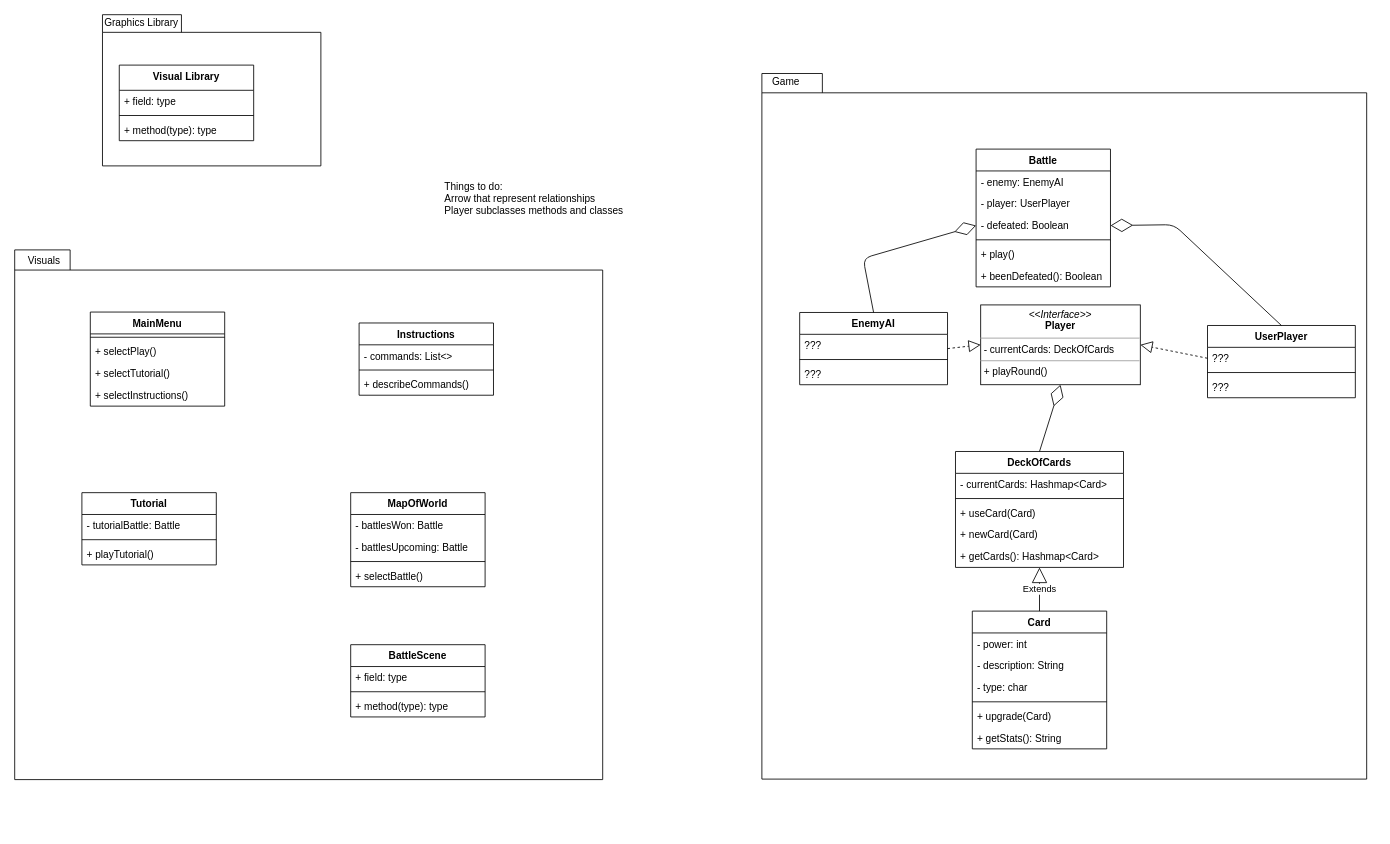
Earlier version of the draw.io diagram UML class diagram.drawio (hughwilliams1/XDaysLeft). Source tidied: cells renumbered, new cells numbered last; positions are measured from the earlier drawing's top-left corner, leaving out a move shared by most shapes. Both pictures are drawn from the tidied source at 84%, with x=0, y=0 at pixel (14, 14).
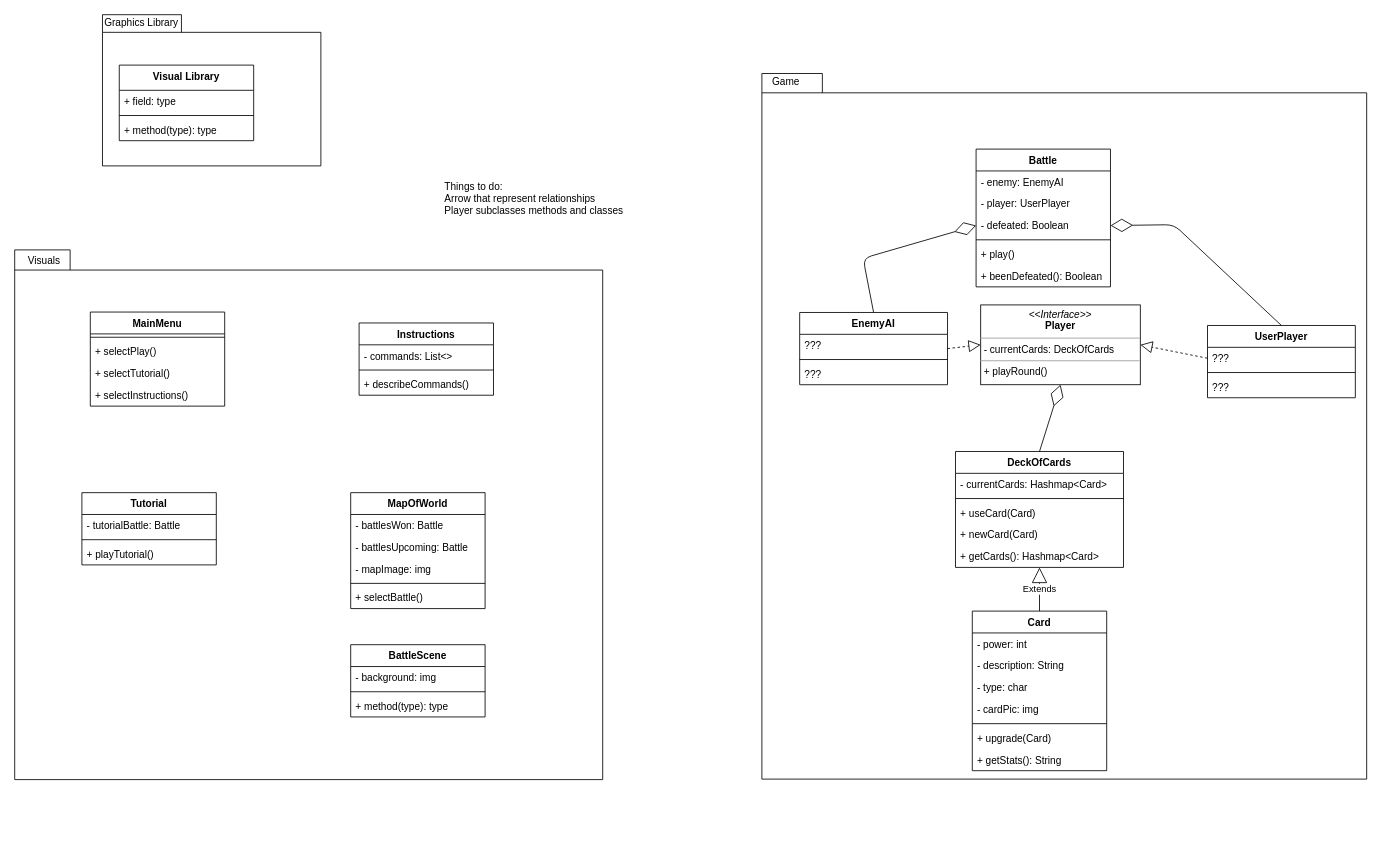
The same diagram, later.

The change refers to these unchanged cells:
```xml
<mxCell id="2" style="group;" parent="1" vertex="1">
  <mxGeometry y="280" width="700" height="690" as="geometry" />
</mxCell>
<mxCell id="9" value="BattleScene" style="swimlane;fontStyle=1;align=center;verticalAlign=top;horizontal=1;startSize=26;" parent="2" vertex="1">
  <mxGeometry x="400" y="470" width="160" height="86" as="geometry" />
</mxCell>
<mxCell id="29" style="group;" parent="28" vertex="1">
  <mxGeometry y="30" width="720" height="840" as="geometry" />
</mxCell>
```

Change to the diagram source:
```diff
@@
-    <mxCell id="10" value="+ field: type" style="text;strokeColor=none;fillColor=none;align=left;verticalAlign=top;spacingLeft=4;spacingRight=4;overflow=hidden;" parent="9" vertex="1">
+    <mxCell id="10" value="- background: img" style="text;strokeColor=none;fillColor=none;align=left;verticalAlign=top;spacingLeft=4;spacingRight=4;overflow=hidden;" parent="9" vertex="1">
       <mxGeometry y="26" width="160" height="26" as="geometry" />
     </mxCell>
@@
     <mxCell id="22" value="MapOfWorld" style="swimlane;fontStyle=1;align=center;verticalAlign=top;horizontal=1;startSize=26;" parent="2" vertex="1">
-      <mxGeometry x="400" y="289" width="160" height="112" as="geometry" />
+      <mxGeometry x="400" y="289" width="160" height="138" as="geometry" />
     </mxCell>
@@
+    <mxCell id="75" value="- mapImage: img" style="text;strokeColor=none;fillColor=none;align=left;verticalAlign=top;spacingLeft=4;spacingRight=4;overflow=hidden;" parent="22" vertex="1">
+      <mxGeometry y="78" width="160" height="26" as="geometry" />
+    </mxCell>
     <mxCell id="25" style="line;strokeWidth=1;fillColor=none;align=left;verticalAlign=middle;spacingTop=-1;spacingLeft=3;spacingRight=3;labelPosition=right;" parent="22" vertex="1">
-      <mxGeometry y="78" width="160" height="8" as="geometry" />
+      <mxGeometry y="104" width="160" height="8" as="geometry" />
     </mxCell>
     <mxCell id="26" value="+ selectBattle()" style="text;strokeColor=none;fillColor=none;align=left;verticalAlign=top;spacingLeft=4;spacingRight=4;overflow=hidden;" parent="22" vertex="1">
-      <mxGeometry y="86" width="160" height="26" as="geometry" />
+      <mxGeometry y="112" width="160" height="26" as="geometry" />
     </mxCell>
@@
     <mxCell id="37" value="Card" style="swimlane;fontStyle=1;align=center;verticalAlign=top;horizontal=1;startSize=26;" parent="29" vertex="1">
-      <mxGeometry x="240" y="610" width="160" height="164" as="geometry" />
+      <mxGeometry x="240" y="610" width="160" height="190" as="geometry" />
     </mxCell>
@@
+    <mxCell id="76" value="- cardPic: img" style="text;strokeColor=none;fillColor=none;align=left;verticalAlign=top;spacingLeft=4;spacingRight=4;overflow=hidden;" parent="37" vertex="1">
+      <mxGeometry y="104" width="160" height="26" as="geometry" />
+    </mxCell>
     <mxCell id="41" style="line;strokeWidth=1;fillColor=none;align=left;verticalAlign=middle;spacingTop=-1;spacingLeft=3;spacingRight=3;labelPosition=right;" parent="37" vertex="1">
-      <mxGeometry y="104" width="160" height="8" as="geometry" />
+      <mxGeometry y="130" width="160" height="8" as="geometry" />
     </mxCell>
     <mxCell id="42" value="+ upgrade(Card)" style="text;strokeColor=none;fillColor=none;align=left;verticalAlign=top;spacingLeft=4;spacingRight=4;overflow=hidden;" parent="37" vertex="1">
-      <mxGeometry y="112" width="160" height="26" as="geometry" />
+      <mxGeometry y="138" width="160" height="26" as="geometry" />
     </mxCell>
     <mxCell id="43" value="+ getStats(): String" style="text;strokeColor=none;fillColor=none;align=left;verticalAlign=top;spacingLeft=4;spacingRight=4;overflow=hidden;" parent="37" vertex="1">
-      <mxGeometry y="138" width="160" height="26" as="geometry" />
+      <mxGeometry y="164" width="160" height="26" as="geometry" />
     </mxCell>
```
